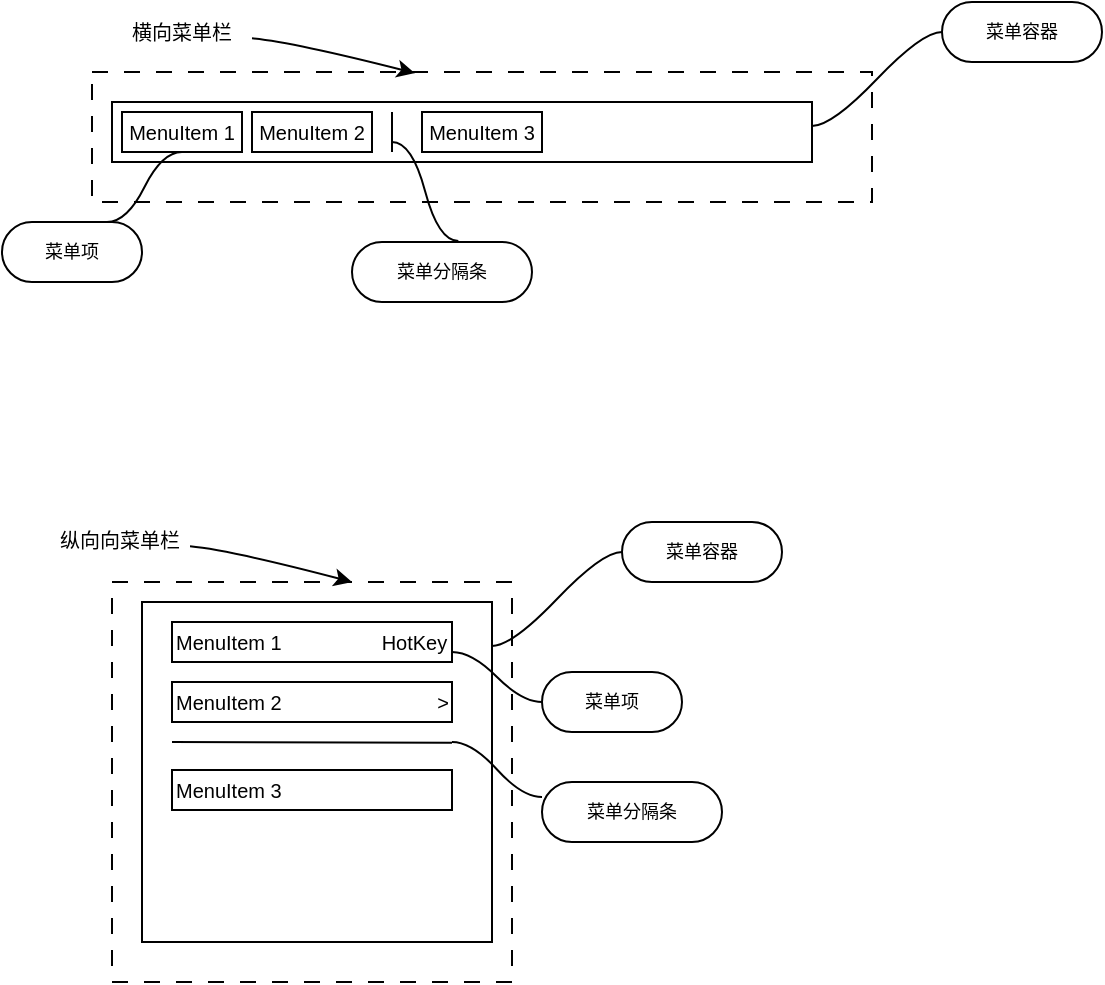
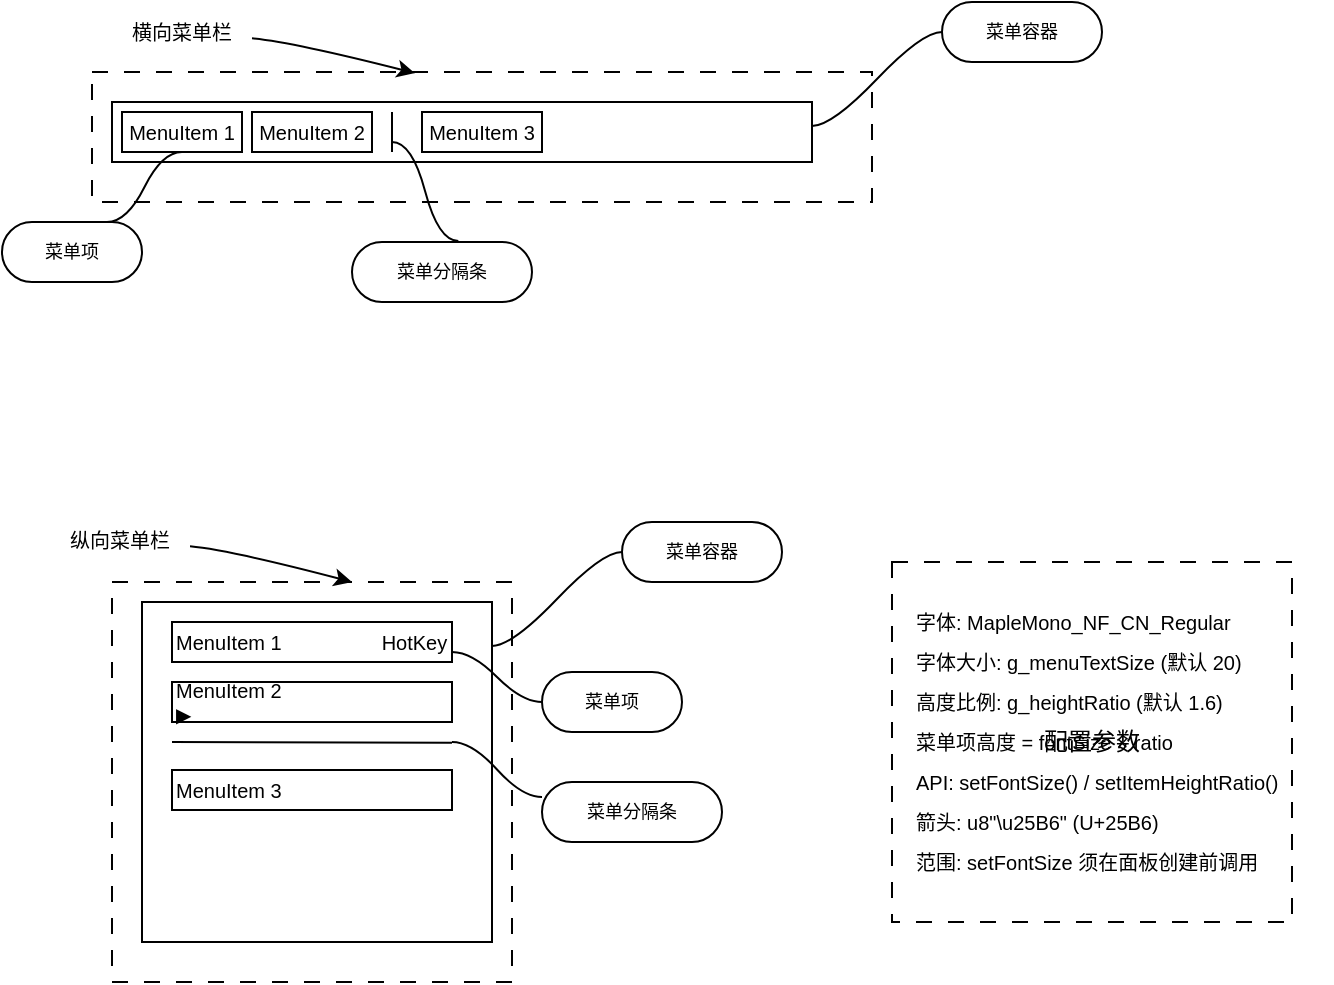
<mxfile host="app.diagrams.net">
  <diagram name="第 1 页" id="Dz1fO4EDr-t1P_WmfBrL">
    <mxGraphModel dx="1205" dy="862" grid="1" gridSize="10" guides="1" tooltips="1" connect="1" arrows="1" fold="1" page="1" pageScale="1" pageWidth="827" pageHeight="1169" math="0" shadow="0">
      <root>
        <mxCell id="0" />
        <mxCell id="1" parent="0" />
        <mxCell id="F4AP76njTMFAyNy0lUbn-5" parent="1" style="rounded=0;whiteSpace=wrap;html=1;fillColor=none;strokeWidth=1;dashed=1;dashPattern=8 8;" value="" vertex="1">
          <mxGeometry height="65" width="390" x="70" y="225" as="geometry" />
        </mxCell>
        <mxCell id="F4AP76njTMFAyNy0lUbn-2" parent="1" style="rounded=0;whiteSpace=wrap;html=1;strokeWidth=1;" value="" vertex="1">
          <mxGeometry height="30" width="350" x="80" y="240" as="geometry" />
        </mxCell>
        <mxCell id="F4AP76njTMFAyNy0lUbn-3" parent="1" style="text;html=1;whiteSpace=wrap;strokeColor=none;fillColor=none;align=center;verticalAlign=middle;rounded=0;fontSize=10;" value="横向菜单栏" vertex="1">
          <mxGeometry height="30" width="70" x="80" y="190" as="geometry" />
        </mxCell>
        <mxCell id="F4AP76njTMFAyNy0lUbn-4" edge="1" parent="1" source="F4AP76njTMFAyNy0lUbn-3" style="curved=1;endArrow=classic;html=1;rounded=0;entryX=0.414;entryY=0.009;entryDx=0;entryDy=0;entryPerimeter=0;" target="F4AP76njTMFAyNy0lUbn-5" value="">
          <mxGeometry height="50" relative="1" width="50" as="geometry">
            <Array as="points">
              <mxPoint x="170" y="210" />
            </Array>
            <mxPoint x="180" y="350" as="sourcePoint" />
            <mxPoint x="230" y="300" as="targetPoint" />
          </mxGeometry>
        </mxCell>
        <mxCell id="F4AP76njTMFAyNy0lUbn-6" parent="1" style="whiteSpace=wrap;html=1;rounded=1;arcSize=50;align=center;verticalAlign=middle;strokeWidth=1;autosize=1;spacing=4;treeFolding=1;treeMoving=1;newEdgeStyle={&quot;edgeStyle&quot;:&quot;entityRelationEdgeStyle&quot;,&quot;startArrow&quot;:&quot;none&quot;,&quot;endArrow&quot;:&quot;none&quot;,&quot;segment&quot;:10,&quot;curved&quot;:1,&quot;sourcePerimeterSpacing&quot;:0,&quot;targetPerimeterSpacing&quot;:0};fontSize=9;" value="菜单容器" vertex="1">
          <mxGeometry height="30" width="80" x="495" y="190" as="geometry" />
        </mxCell>
        <mxCell id="F4AP76njTMFAyNy0lUbn-7" edge="1" parent="1" style="edgeStyle=entityRelationEdgeStyle;startArrow=none;endArrow=none;segment=10;curved=1;sourcePerimeterSpacing=0;targetPerimeterSpacing=0;rounded=0;" target="F4AP76njTMFAyNy0lUbn-6" value="">
          <mxGeometry relative="1" as="geometry">
            <mxPoint x="430" y="252" as="sourcePoint" />
          </mxGeometry>
        </mxCell>
        <mxCell id="F4AP76njTMFAyNy0lUbn-8" parent="1" style="text;html=1;whiteSpace=wrap;strokeColor=default;fillColor=none;align=center;verticalAlign=middle;rounded=0;fontSize=10;labelBorderColor=none;" value="MenuItem 1" vertex="1">
          <mxGeometry height="20" width="60" x="85" y="245" as="geometry" />
        </mxCell>
        <mxCell id="F4AP76njTMFAyNy0lUbn-9" parent="1" style="text;html=1;whiteSpace=wrap;strokeColor=default;fillColor=none;align=center;verticalAlign=middle;rounded=0;fontSize=10;labelBorderColor=none;" value="MenuItem 2" vertex="1">
          <mxGeometry height="20" width="60" x="150" y="245" as="geometry" />
        </mxCell>
        <mxCell id="F4AP76njTMFAyNy0lUbn-10" parent="1" style="text;html=1;whiteSpace=wrap;strokeColor=default;fillColor=none;align=center;verticalAlign=middle;rounded=0;fontSize=10;labelBorderColor=none;" value="MenuItem 3" vertex="1">
          <mxGeometry height="20" width="60" x="235" y="245" as="geometry" />
        </mxCell>
        <mxCell id="F4AP76njTMFAyNy0lUbn-11" parent="1" style="whiteSpace=wrap;html=1;rounded=1;arcSize=50;align=center;verticalAlign=middle;strokeWidth=1;autosize=1;spacing=4;treeFolding=1;treeMoving=1;newEdgeStyle={&quot;edgeStyle&quot;:&quot;entityRelationEdgeStyle&quot;,&quot;startArrow&quot;:&quot;none&quot;,&quot;endArrow&quot;:&quot;none&quot;,&quot;segment&quot;:10,&quot;curved&quot;:1,&quot;sourcePerimeterSpacing&quot;:0,&quot;targetPerimeterSpacing&quot;:0};fontSize=9;" value="菜单项" vertex="1">
          <mxGeometry height="30" width="70" x="25" y="300" as="geometry" />
        </mxCell>
        <mxCell id="F4AP76njTMFAyNy0lUbn-12" edge="1" parent="1" source="F4AP76njTMFAyNy0lUbn-8" style="edgeStyle=entityRelationEdgeStyle;startArrow=none;endArrow=none;segment=10;curved=1;sourcePerimeterSpacing=0;targetPerimeterSpacing=0;rounded=0;entryX=0.75;entryY=0;entryDx=0;entryDy=0;exitX=0.5;exitY=1;exitDx=0;exitDy=0;" target="F4AP76njTMFAyNy0lUbn-11" value="">
          <mxGeometry relative="1" as="geometry">
            <mxPoint x="80" y="407" as="sourcePoint" />
            <mxPoint x="145" y="360" as="targetPoint" />
          </mxGeometry>
        </mxCell>
        <mxCell id="F4AP76njTMFAyNy0lUbn-13" edge="1" parent="1" style="endArrow=none;html=1;rounded=0;" value="">
          <mxGeometry height="50" relative="1" width="50" as="geometry">
            <mxPoint x="220" y="265" as="sourcePoint" />
            <mxPoint x="220" y="245" as="targetPoint" />
          </mxGeometry>
        </mxCell>
        <mxCell id="F4AP76njTMFAyNy0lUbn-14" parent="1" style="whiteSpace=wrap;html=1;rounded=1;arcSize=50;align=center;verticalAlign=middle;strokeWidth=1;autosize=1;spacing=4;treeFolding=1;treeMoving=1;newEdgeStyle={&quot;edgeStyle&quot;:&quot;entityRelationEdgeStyle&quot;,&quot;startArrow&quot;:&quot;none&quot;,&quot;endArrow&quot;:&quot;none&quot;,&quot;segment&quot;:10,&quot;curved&quot;:1,&quot;sourcePerimeterSpacing&quot;:0,&quot;targetPerimeterSpacing&quot;:0};fontSize=9;" value="菜单分隔条" vertex="1">
          <mxGeometry height="30" width="90" x="200" y="310" as="geometry" />
        </mxCell>
        <mxCell id="F4AP76njTMFAyNy0lUbn-15" edge="1" parent="1" style="edgeStyle=entityRelationEdgeStyle;startArrow=none;endArrow=none;segment=10;curved=1;sourcePerimeterSpacing=0;targetPerimeterSpacing=0;rounded=0;entryX=0.591;entryY=-0.018;entryDx=0;entryDy=0;entryPerimeter=0;" target="F4AP76njTMFAyNy0lUbn-14" value="">
          <mxGeometry relative="1" as="geometry">
            <mxPoint x="220" y="260" as="sourcePoint" />
            <mxPoint x="150.5" y="330" as="targetPoint" />
          </mxGeometry>
        </mxCell>
        <mxCell id="F4AP76njTMFAyNy0lUbn-16" parent="1" style="rounded=0;whiteSpace=wrap;html=1;fillColor=none;strokeWidth=1;dashed=1;dashPattern=8 8;" value="" vertex="1">
          <mxGeometry height="200" width="200" x="80" y="480" as="geometry" />
        </mxCell>
        <mxCell id="F4AP76njTMFAyNy0lUbn-17" parent="1" style="rounded=0;whiteSpace=wrap;html=1;strokeWidth=1;" value="" vertex="1">
          <mxGeometry height="170" width="175" x="95" y="490" as="geometry" />
        </mxCell>
-         <mxCell id="F4AP76njTMFAyNy0lUbn-18" parent="1" style="text;html=1;whiteSpace=wrap;strokeColor=none;fillColor=none;align=center;verticalAlign=middle;rounded=0;fontSize=10;" value="纵向向菜单栏" vertex="1">
+         <mxCell id="F4AP76njTMFAyNy0lUbn-18" parent="1" style="text;html=1;whiteSpace=wrap;strokeColor=none;fillColor=none;align=center;verticalAlign=middle;rounded=0;fontSize=10;" value="纵向菜单栏" vertex="1">
          <mxGeometry height="30" width="70" x="49" y="444" as="geometry" />
        </mxCell>
        <mxCell id="F4AP76njTMFAyNy0lUbn-19" edge="1" parent="1" source="F4AP76njTMFAyNy0lUbn-18" style="curved=1;endArrow=classic;html=1;rounded=0;entryX=0.414;entryY=0.009;entryDx=0;entryDy=0;entryPerimeter=0;" value="">
          <mxGeometry height="50" relative="1" width="50" as="geometry">
            <Array as="points">
              <mxPoint x="139" y="464" />
            </Array>
            <mxPoint x="149" y="604" as="sourcePoint" />
            <mxPoint x="200" y="480" as="targetPoint" />
          </mxGeometry>
        </mxCell>
        <mxCell id="F4AP76njTMFAyNy0lUbn-20" edge="1" parent="1" style="edgeStyle=entityRelationEdgeStyle;startArrow=none;endArrow=none;segment=10;curved=1;sourcePerimeterSpacing=0;targetPerimeterSpacing=0;rounded=0;" target="F4AP76njTMFAyNy0lUbn-21" value="">
          <mxGeometry relative="1" as="geometry">
            <mxPoint x="270" y="512" as="sourcePoint" />
          </mxGeometry>
        </mxCell>
        <mxCell id="F4AP76njTMFAyNy0lUbn-21" parent="1" style="whiteSpace=wrap;html=1;rounded=1;arcSize=50;align=center;verticalAlign=middle;strokeWidth=1;autosize=1;spacing=4;treeFolding=1;treeMoving=1;newEdgeStyle={&quot;edgeStyle&quot;:&quot;entityRelationEdgeStyle&quot;,&quot;startArrow&quot;:&quot;none&quot;,&quot;endArrow&quot;:&quot;none&quot;,&quot;segment&quot;:10,&quot;curved&quot;:1,&quot;sourcePerimeterSpacing&quot;:0,&quot;targetPerimeterSpacing&quot;:0};fontSize=9;" value="菜单容器" vertex="1">
          <mxGeometry height="30" width="80" x="335" y="450" as="geometry" />
        </mxCell>
        <mxCell id="F4AP76njTMFAyNy0lUbn-22" parent="1" style="text;html=1;whiteSpace=wrap;strokeColor=default;fillColor=none;align=left;verticalAlign=middle;rounded=0;fontSize=10;labelBorderColor=none;" value="MenuItem 1&amp;nbsp; &amp;nbsp; &amp;nbsp; &amp;nbsp; &amp;nbsp; &amp;nbsp; &amp;nbsp; &amp;nbsp; &amp;nbsp; HotKey" vertex="1">
          <mxGeometry height="20" width="140" x="110" y="500" as="geometry" />
        </mxCell>
-         <mxCell id="F4AP76njTMFAyNy0lUbn-23" parent="1" style="text;html=1;whiteSpace=wrap;strokeColor=default;fillColor=none;align=left;verticalAlign=middle;rounded=0;fontSize=10;labelBorderColor=none;" value="MenuItem 2&amp;nbsp; &amp;nbsp; &amp;nbsp; &amp;nbsp; &amp;nbsp; &amp;nbsp; &amp;nbsp; &amp;nbsp; &amp;nbsp; &amp;nbsp; &amp;nbsp; &amp;nbsp; &amp;nbsp; &amp;nbsp; &amp;gt;" vertex="1">
+         <mxCell id="F4AP76njTMFAyNy0lUbn-23" parent="1" style="text;html=1;whiteSpace=wrap;strokeColor=default;fillColor=none;align=left;verticalAlign=middle;rounded=0;fontSize=10;labelBorderColor=none;" value="MenuItem 2&amp;nbsp; &amp;nbsp; &amp;nbsp; &amp;nbsp; &amp;nbsp; &amp;nbsp; &amp;nbsp; &amp;nbsp; &amp;nbsp; &amp;nbsp; &amp;nbsp; &amp;nbsp; &amp;nbsp; &amp;nbsp; ▶" vertex="1">
          <mxGeometry height="20" width="140" x="110" y="530" as="geometry" />
        </mxCell>
        <mxCell id="F4AP76njTMFAyNy0lUbn-24" parent="1" style="text;html=1;whiteSpace=wrap;strokeColor=default;fillColor=none;align=left;verticalAlign=middle;rounded=0;fontSize=10;labelBorderColor=none;" value="MenuItem 3" vertex="1">
          <mxGeometry height="20" width="140" x="110" y="574" as="geometry" />
        </mxCell>
        <mxCell id="F4AP76njTMFAyNy0lUbn-25" edge="1" parent="1" style="endArrow=none;html=1;rounded=0;" value="">
          <mxGeometry height="50" relative="1" width="50" as="geometry">
            <mxPoint x="250" y="560.42" as="sourcePoint" />
            <mxPoint x="110" y="560" as="targetPoint" />
          </mxGeometry>
        </mxCell>
        <mxCell id="F4AP76njTMFAyNy0lUbn-27" parent="1" style="whiteSpace=wrap;html=1;rounded=1;arcSize=50;align=center;verticalAlign=middle;strokeWidth=1;autosize=1;spacing=4;treeFolding=1;treeMoving=1;newEdgeStyle={&quot;edgeStyle&quot;:&quot;entityRelationEdgeStyle&quot;,&quot;startArrow&quot;:&quot;none&quot;,&quot;endArrow&quot;:&quot;none&quot;,&quot;segment&quot;:10,&quot;curved&quot;:1,&quot;sourcePerimeterSpacing&quot;:0,&quot;targetPerimeterSpacing&quot;:0};fontSize=9;" value="菜单分隔条" vertex="1">
          <mxGeometry height="30" width="90" x="295" y="580" as="geometry" />
        </mxCell>
        <mxCell id="F4AP76njTMFAyNy0lUbn-28" edge="1" parent="1" style="edgeStyle=entityRelationEdgeStyle;startArrow=none;endArrow=none;segment=10;curved=1;sourcePerimeterSpacing=0;targetPerimeterSpacing=0;rounded=0;entryX=0;entryY=0.25;entryDx=0;entryDy=0;" target="F4AP76njTMFAyNy0lUbn-27" value="">
          <mxGeometry relative="1" as="geometry">
            <mxPoint x="250" y="560" as="sourcePoint" />
            <mxPoint x="245.5" y="600" as="targetPoint" />
          </mxGeometry>
        </mxCell>
        <mxCell id="F4AP76njTMFAyNy0lUbn-29" parent="1" style="whiteSpace=wrap;html=1;rounded=1;arcSize=50;align=center;verticalAlign=middle;strokeWidth=1;autosize=1;spacing=4;treeFolding=1;treeMoving=1;newEdgeStyle={&quot;edgeStyle&quot;:&quot;entityRelationEdgeStyle&quot;,&quot;startArrow&quot;:&quot;none&quot;,&quot;endArrow&quot;:&quot;none&quot;,&quot;segment&quot;:10,&quot;curved&quot;:1,&quot;sourcePerimeterSpacing&quot;:0,&quot;targetPerimeterSpacing&quot;:0};fontSize=9;" value="菜单项" vertex="1">
          <mxGeometry height="30" width="70" x="295" y="525" as="geometry" />
        </mxCell>
        <mxCell id="F4AP76njTMFAyNy0lUbn-30" edge="1" parent="1" source="F4AP76njTMFAyNy0lUbn-22" style="edgeStyle=entityRelationEdgeStyle;startArrow=none;endArrow=none;segment=10;curved=1;sourcePerimeterSpacing=0;targetPerimeterSpacing=0;rounded=0;entryX=0;entryY=0.5;entryDx=0;entryDy=0;exitX=1;exitY=0.75;exitDx=0;exitDy=0;" target="F4AP76njTMFAyNy0lUbn-29" value="">
          <mxGeometry relative="1" as="geometry">
            <mxPoint x="385" y="490" as="sourcePoint" />
            <mxPoint x="415" y="585" as="targetPoint" />
          </mxGeometry>
        </mxCell>
+         <mxCell id="F4AP76njTMFAyNy0lUbn-31" parent="1" style="rounded=0;whiteSpace=wrap;html=1;fillColor=none;strokeWidth=1;dashed=1;dashPattern=8 8;" value="配置参数" vertex="1">
+           <mxGeometry height="180" width="200" x="470" y="470" as="geometry" />
+         </mxCell>
+         <mxCell id="F4AP76njTMFAyNy0lUbn-32" parent="1" style="text;html=1;whiteSpace=wrap;strokeColor=none;fillColor=none;align=left;verticalAlign=middle;rounded=0;fontSize=10;" value="字体: MapleMono_NF_CN_Regular" vertex="1">
+           <mxGeometry height="20" width="180" x="480" y="490" as="geometry" />
+         </mxCell>
+         <mxCell id="F4AP76njTMFAyNy0lUbn-33" parent="1" style="text;html=1;whiteSpace=wrap;strokeColor=none;fillColor=none;align=left;verticalAlign=middle;rounded=0;fontSize=10;" value="字体大小: g_menuTextSize (默认 20)" vertex="1">
+           <mxGeometry height="20" width="180" x="480" y="510" as="geometry" />
+         </mxCell>
+         <mxCell id="F4AP76njTMFAyNy0lUbn-34" parent="1" style="text;html=1;whiteSpace=wrap;strokeColor=none;fillColor=none;align=left;verticalAlign=middle;rounded=0;fontSize=10;" value="高度比例: g_heightRatio (默认 1.6)" vertex="1">
+           <mxGeometry height="20" width="180" x="480" y="530" as="geometry" />
+         </mxCell>
+         <mxCell id="F4AP76njTMFAyNy0lUbn-35" parent="1" style="text;html=1;whiteSpace=wrap;strokeColor=none;fillColor=none;align=left;verticalAlign=middle;rounded=0;fontSize=10;" value="菜单项高度 = fontSize × ratio" vertex="1">
+           <mxGeometry height="20" width="180" x="480" y="550" as="geometry" />
+         </mxCell>
+         <mxCell id="F4AP76njTMFAyNy0lUbn-36" parent="1" style="text;html=1;whiteSpace=wrap;strokeColor=none;fillColor=none;align=left;verticalAlign=middle;rounded=0;fontSize=10;" value="API: setFontSize() / setItemHeightRatio()" vertex="1">
+           <mxGeometry height="20" width="200" x="480" y="570" as="geometry" />
+         </mxCell>
+         <mxCell id="F4AP76njTMFAyNy0lUbn-37" parent="1" style="text;html=1;whiteSpace=wrap;strokeColor=none;fillColor=none;align=left;verticalAlign=middle;rounded=0;fontSize=10;" value="箭头: u8&amp;quot;\u25B6&amp;quot; (U+25B6)" vertex="1">
+           <mxGeometry height="20" width="180" x="480" y="590" as="geometry" />
+         </mxCell>
+         <mxCell id="F4AP76njTMFAyNy0lUbn-38" parent="1" style="text;html=1;whiteSpace=wrap;strokeColor=none;fillColor=none;align=left;verticalAlign=middle;rounded=0;fontSize=10;" value="范围: setFontSize 须在面板创建前调用" vertex="1">
+           <mxGeometry height="20" width="210" x="480" y="610" as="geometry" />
+         </mxCell>
      </root>
    </mxGraphModel>
  </diagram>
</mxfile>
